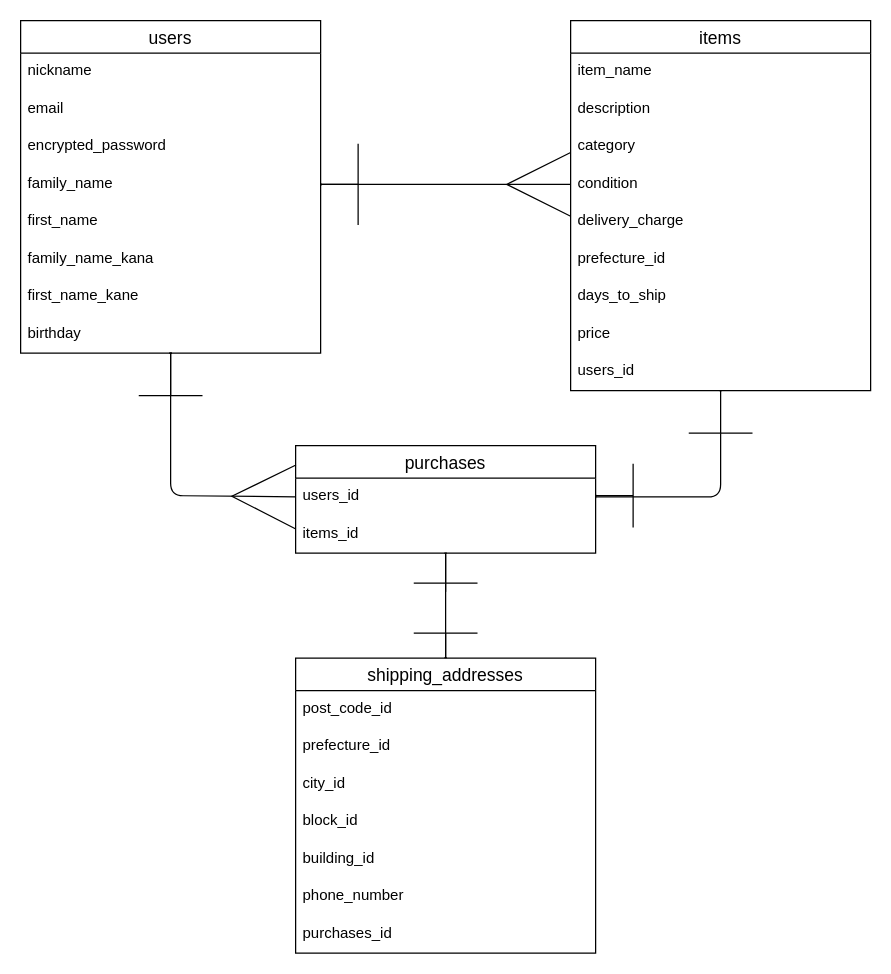
This is furima.dio from shuichis929/furima-38456, a draw.io file, before an edit. Source tidied: cells renumbered, new cells numbered last; positions are measured from the earlier drawing's top-left corner, leaving out a move shared by most shapes. Both pictures are drawn from the tidied source at 125%, with x=0, y=0 at pixel (20, 20).
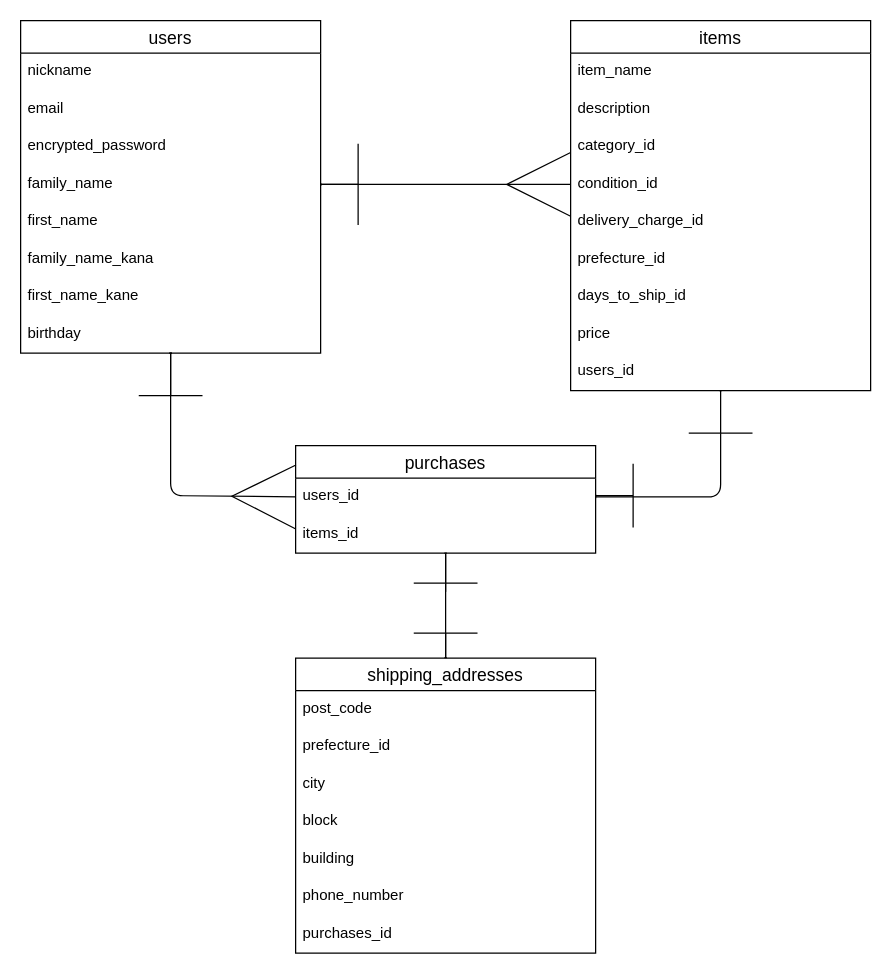
After the change.

Commit message (it also covers changes not shown here):
リードミー内の記述及びER図の修正

The change refers to these unchanged cells:
```xml
<mxCell id="11" value="items" style="swimlane;fontStyle=0;horizontal=1;startSize=26;align=center;fontSize=14;" parent="1" vertex="1">
  <mxGeometry x="440" width="240" height="296" as="geometry" />
</mxCell>
<mxCell id="33" value="shipping_addresses" style="swimlane;fontStyle=0;horizontal=1;startSize=26;align=center;fontSize=14;labelBorderColor=none;fillColor=default;strokeColor=default;" parent="1" vertex="1">
  <mxGeometry x="220" y="510" width="240" height="236" as="geometry" />
</mxCell>
```

Diff of the diagram source:
```diff
@@
-    <mxCell id="14" value="category" style="text;strokeColor=none;fillColor=none;spacingLeft=4;spacingRight=4;overflow=hidden;fontSize=12;" parent="11" vertex="1">
+    <mxCell id="14" value="category_id" style="text;strokeColor=none;fillColor=none;spacingLeft=4;spacingRight=4;overflow=hidden;fontSize=12;" parent="11" vertex="1">
       <mxGeometry y="86" width="240" height="30" as="geometry" />
     </mxCell>
-    <mxCell id="15" value="condition" style="text;strokeColor=none;fillColor=none;spacingLeft=4;spacingRight=4;overflow=hidden;points=[[0,0.5],[1,0.5]];portConstraint=eastwest;fontSize=12;" parent="11" vertex="1">
+    <mxCell id="15" value="condition_id" style="text;strokeColor=none;fillColor=none;spacingLeft=4;spacingRight=4;overflow=hidden;points=[[0,0.5],[1,0.5]];portConstraint=eastwest;fontSize=12;" parent="11" vertex="1">
       <mxGeometry y="116" width="240" height="30" as="geometry" />
     </mxCell>
-    <mxCell id="16" value="delivery_charge" style="text;strokeColor=none;fillColor=none;spacingLeft=4;spacingRight=4;overflow=hidden;fontSize=12;" parent="11" vertex="1">
+    <mxCell id="16" value="delivery_charge_id" style="text;strokeColor=none;fillColor=none;spacingLeft=4;spacingRight=4;overflow=hidden;fontSize=12;" parent="11" vertex="1">
       <mxGeometry y="146" width="240" height="30" as="geometry" />
     </mxCell>
@@
-    <mxCell id="18" value="days_to_ship" style="text;strokeColor=none;fillColor=none;spacingLeft=4;spacingRight=4;overflow=hidden;fontSize=12;" parent="11" vertex="1">
+    <mxCell id="18" value="days_to_ship_id" style="text;strokeColor=none;fillColor=none;spacingLeft=4;spacingRight=4;overflow=hidden;fontSize=12;" parent="11" vertex="1">
       <mxGeometry y="206" width="240" height="30" as="geometry" />
     </mxCell>
@@
-    <mxCell id="34" value="post_code_id" style="text;strokeColor=none;fillColor=none;spacingLeft=4;spacingRight=4;overflow=hidden;fontSize=12;" parent="33" vertex="1">
+    <mxCell id="34" value="post_code" style="text;strokeColor=none;fillColor=none;spacingLeft=4;spacingRight=4;overflow=hidden;fontSize=12;" parent="33" vertex="1">
       <mxGeometry y="26" width="240" height="30" as="geometry" />
     </mxCell>
@@
-    <mxCell id="36" value="city_id" style="text;strokeColor=none;fillColor=none;spacingLeft=4;spacingRight=4;overflow=hidden;fontSize=12;" parent="33" vertex="1">
+    <mxCell id="36" value="city" style="text;strokeColor=none;fillColor=none;spacingLeft=4;spacingRight=4;overflow=hidden;fontSize=12;" parent="33" vertex="1">
       <mxGeometry y="86" width="240" height="30" as="geometry" />
     </mxCell>
-    <mxCell id="37" value="block_id" style="text;strokeColor=none;fillColor=none;spacingLeft=4;spacingRight=4;overflow=hidden;fontSize=12;" parent="33" vertex="1">
+    <mxCell id="37" value="block" style="text;strokeColor=none;fillColor=none;spacingLeft=4;spacingRight=4;overflow=hidden;fontSize=12;" parent="33" vertex="1">
       <mxGeometry y="116" width="240" height="30" as="geometry" />
     </mxCell>
-    <mxCell id="38" value="building_id" style="text;strokeColor=none;fillColor=none;spacingLeft=4;spacingRight=4;overflow=hidden;fontSize=12;" parent="33" vertex="1">
+    <mxCell id="38" value="building" style="text;strokeColor=none;fillColor=none;spacingLeft=4;spacingRight=4;overflow=hidden;fontSize=12;" parent="33" vertex="1">
       <mxGeometry y="146" width="240" height="30" as="geometry" />
     </mxCell>
```
